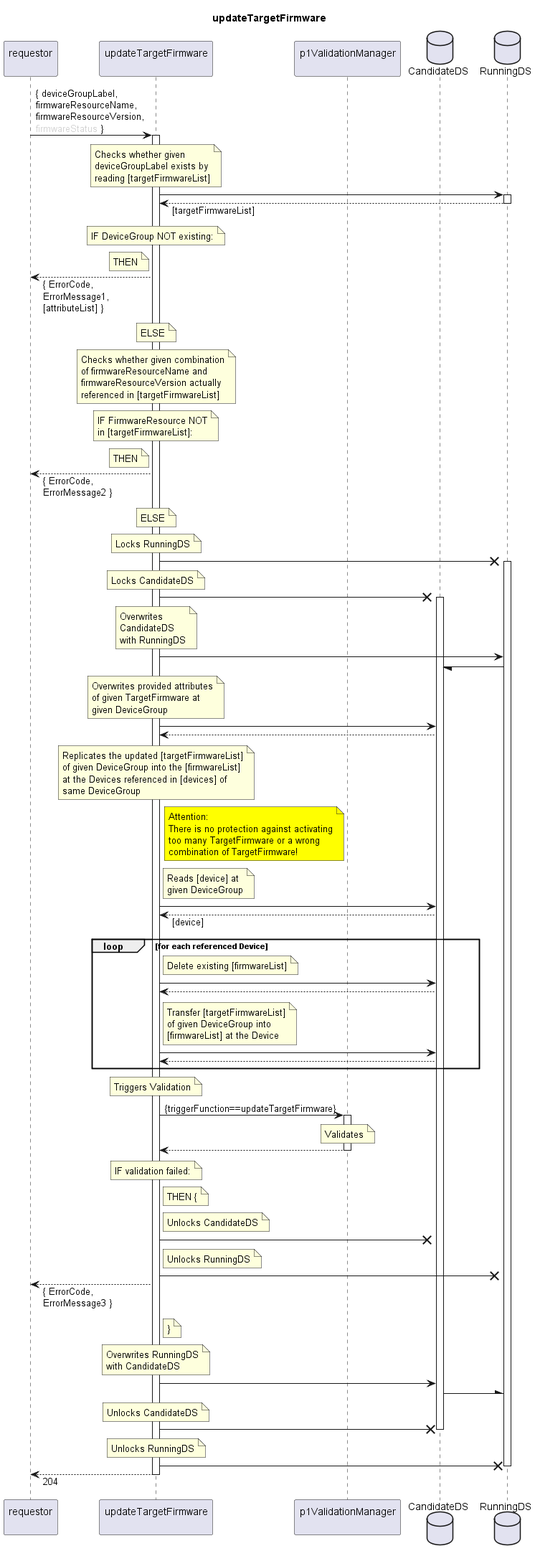
openBackhaul/FirmWareManager keeps this PlantUML diagram as spec/Services/updateTargetFirmware/1.0.0/updateTargetFirmware.png. Above is the earlier version. Its diagram source:
```plantuml
@startuml updateTargetFirmware
skinparam responseMessageBelowArrow true

title
  updateTargetFirmware
end title

participant "requestor\n" as requestor
participant "updateTargetFirmware\n" as indServ
participant "p1ValidationManager\n" as valiMan
database "CandidateDS" as CanDS
database "RunningDS" as RunDS

requestor -> indServ: { deviceGroupLabel,\nfirmwareResourceName,\nfirmwareResourceVersion,\n<color:LightGray>firmwareStatus</color> }
activate indServ

  note over indServ
    Checks whether given
    deviceGroupLabel exists by
    reading [targetFirmwareList]
  end note
  indServ -> RunDS
  activate RunDS
  indServ <-- RunDS: [targetFirmwareList]
  deactivate RunDS
  note over indServ
    IF DeviceGroup NOT existing:
  end note
  note left indServ
    THEN
  end note
  requestor <-- indServ: { ErrorCode,\nErrorMessage1,\n[attributeList] }
  note over indServ
    ELSE
  end note

  note over indServ
    Checks whether given combination
    of firmwareResourceName and
    firmwareResourceVersion actually
    referenced in [targetFirmwareList]
  end note
  note over indServ
    IF FirmwareResource NOT
    in [targetFirmwareList]:
  end note
  note left indServ
    THEN
  end note
  requestor <-- indServ: { ErrorCode,\nErrorMessage2 }
  note over indServ
    ELSE
  end note

  note over indServ
    Locks RunningDS
  end note
  indServ -X RunDS
  activate RunDS
  note over indServ
    Locks CandidateDS
  end note
  indServ -X CanDS
  activate CanDS
  note over indServ
    Overwrites
    CandidateDS
    with RunningDS
  end note
  indServ -> RunDS
  RunDS -/ CanDS

  note over indServ
    Overwrites provided attributes
    of given TargetFirmware at
    given DeviceGroup
  end note
  indServ -> CanDS
  indServ <-- CanDS

  note over indServ
    Replicates the updated [targetFirmwareList]
    of given DeviceGroup into the [firmwareList]
    at the Devices referenced in [devices] of
    same DeviceGroup
  end note
  note left valiMan #Yellow
    Attention:
    There is no protection against activating
    too many TargetFirmware or a wrong
    combination of TargetFirmware!
  end note
  note right indServ
    Reads [device] at
    given DeviceGroup
  end note
  indServ -> CanDS
  indServ <-- CanDS: [device]
  loop for each referenced Device
    note right indServ
      Delete existing [firmwareList]
    end note
    indServ -> CanDS
    indServ <-- CanDS
    note right indServ
      Transfer [targetFirmwareList]
      of given DeviceGroup into
      [firmwareList] at the Device
    end note
    indServ -> CanDS
    indServ <-- CanDS
  end loop

  note over indServ
    Triggers Validation
  end note
  indServ -> valiMan: {triggerFunction==updateTargetFirmware}
  activate valiMan
    note over valiMan
      Validates
    end note
  indServ <-- valiMan
  deactivate valiMan
  note over indServ
    IF validation failed:
  end note
  note right indServ
    THEN {
  end note
  note right indServ
    Unlocks CandidateDS
  end note
  indServ -X CanDS
  note right indServ
    Unlocks RunningDS
  end note
  indServ -X RunDS
  requestor <-- indServ: { ErrorCode,\nErrorMessage3 }
  note right indServ
    }
  end note

  note over indServ
    Overwrites RunningDS
    with CandidateDS
  end note
  indServ -> CanDS
  CanDS -\ RunDS
  note over indServ
    Unlocks CandidateDS
  end note
  indServ -X CanDS
  deactivate CanDS
  note over indServ
    Unlocks RunningDS
  end note
  indServ -X RunDS
  deactivate RunDS

requestor <-- indServ: 204
deactivate indServ

@enduml
```
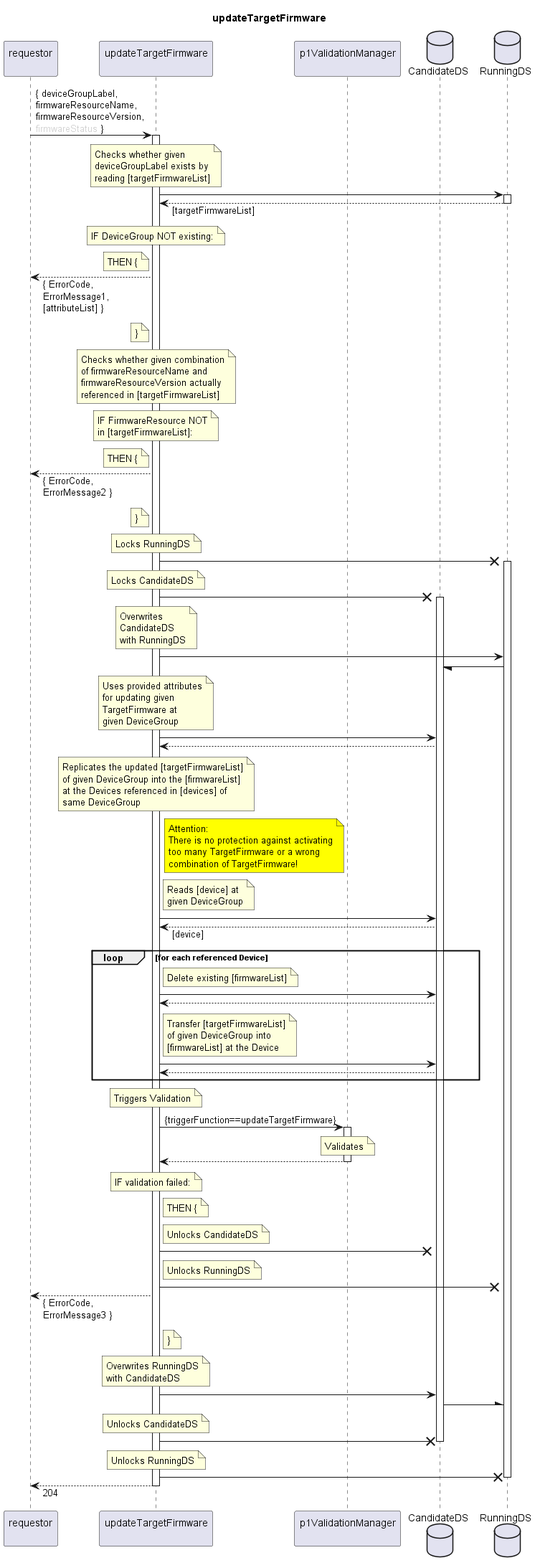
Later version of the same file.

The edit, as a diff of the source:
```diff
@@ -27,11 +27,11 @@
     IF DeviceGroup NOT existing:
   end note
   note left indServ
-    THEN
+    THEN {
   end note
   requestor <-- indServ: { ErrorCode,\nErrorMessage1,\n[attributeList] }
-  note over indServ
-    ELSE
+  note left indServ
+    }
   end note
 
   note over indServ
@@ -45,11 +45,11 @@
     in [targetFirmwareList]:
   end note
   note left indServ
-    THEN
+    THEN {
   end note
   requestor <-- indServ: { ErrorCode,\nErrorMessage2 }
-  note over indServ
-    ELSE
+  note left indServ
+    }
   end note
 
   note over indServ
@@ -71,8 +71,9 @@
   RunDS -/ CanDS
 
   note over indServ
-    Overwrites provided attributes
-    of given TargetFirmware at
+    Uses provided attributes
+    for updating given
+    TargetFirmware at
     given DeviceGroup
   end note
   indServ -> CanDS
```
